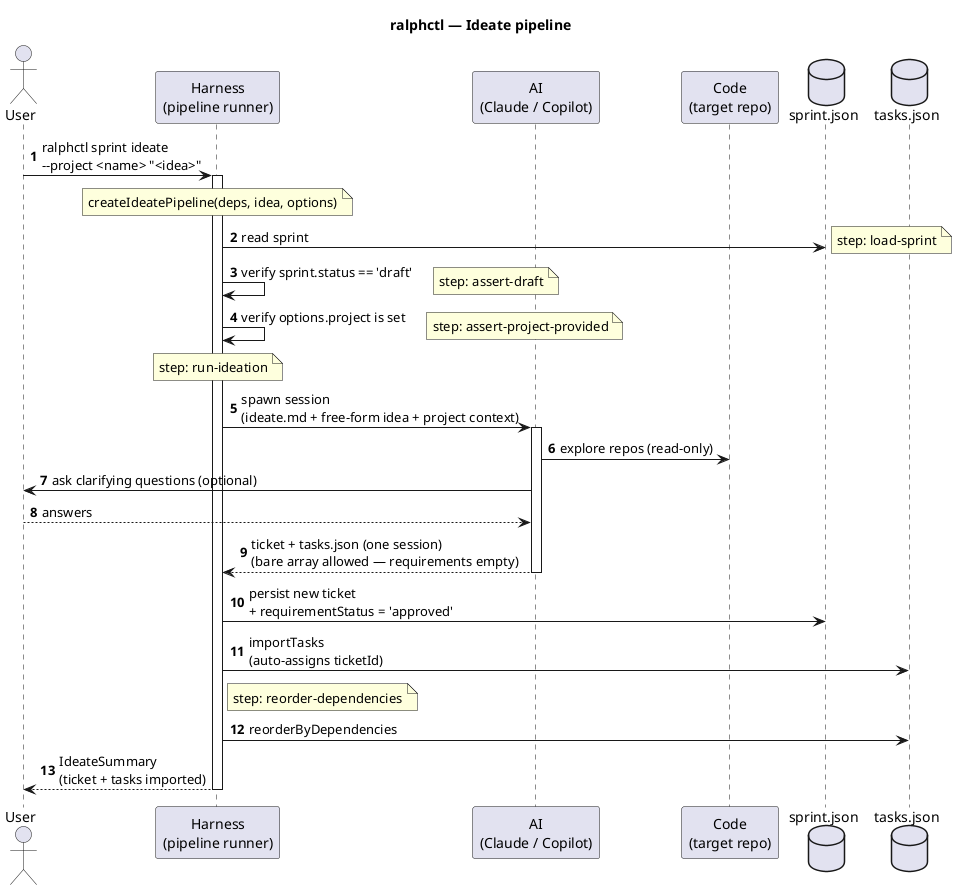
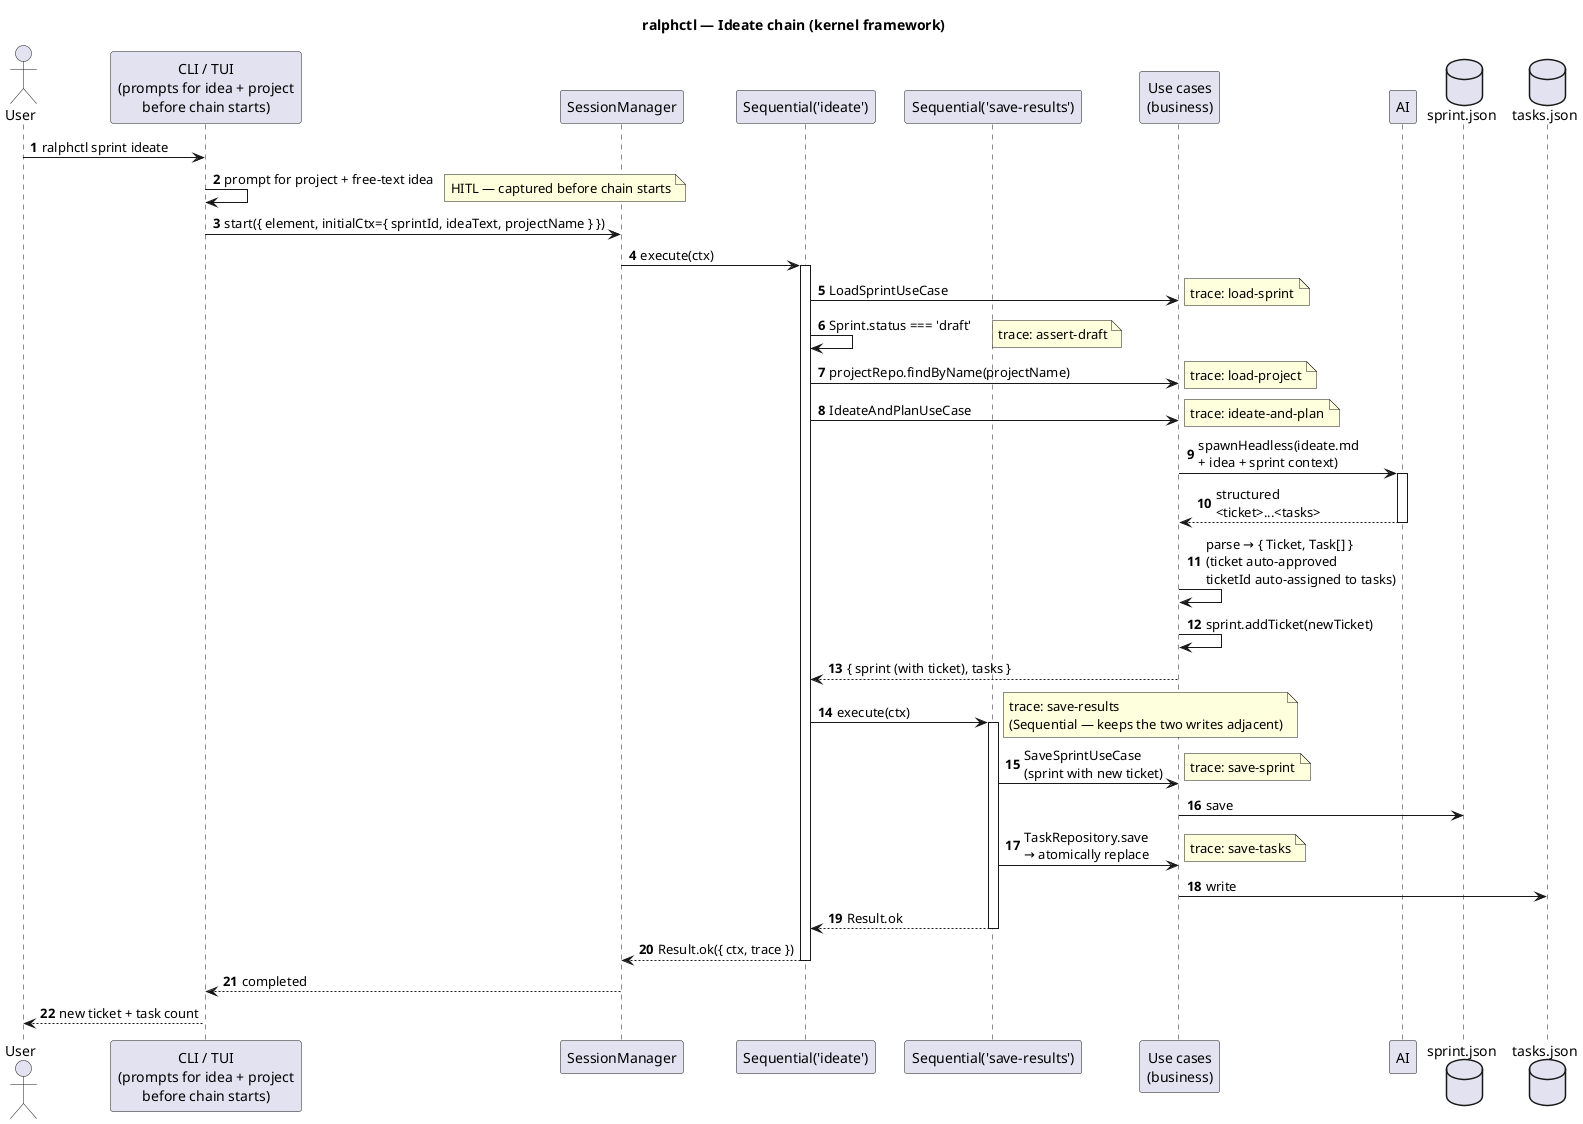
@startuml
- ' Ideate pipeline — ralphctl sprint ideate
- ' Definition: src/business/pipelines/ideate.ts
- ' Step shape: load-sprint → assert-draft → assert-project-provided → run-ideation → reorder-dependencies
- ' Combines refine + plan for quick ideation flow.
- title ralphctl — Ideate pipeline
+ ' Ideate chain — ralphctl sprint ideate
+ ' Factory: src/application/chains/ideate/ideate-flow.ts
+ ' Step trace: load-sprint → assert-draft → load-project → ideate-and-plan →
+ '             save-results (Sequential of save-sprint + save-tasks)
+ title ralphctl — Ideate chain (kernel framework)

autonumber

actor User
- participant Harness as "Harness\n(pipeline runner)"
- participant AI as "AI\n(Claude / Copilot)"
- participant Code as "Code\n(target repo)"
+ participant CLI as "CLI / TUI\n(prompts for idea + project\nbefore chain starts)"
+ participant SM as "SessionManager"
+ participant Chain as "Sequential('ideate')"
+ participant SaveResults as "Sequential('save-results')"
+ participant UC as "Use cases\n(business)"
+ participant AI as "AI"
database sprint.json
database tasks.json

- User -> Harness : ralphctl sprint ideate\n--project <name> "<idea>"
- activate Harness
+ User -> CLI : ralphctl sprint ideate
+ CLI -> CLI : prompt for project + free-text idea
+ note right: HITL — captured before chain starts
+ CLI -> SM : start({ element, initialCtx={ sprintId, ideaText, projectName } })

- note over Harness: createIdeatePipeline(deps, idea, options)
+ SM -> Chain : execute(ctx)
+ activate Chain

- Harness -> sprint.json : read sprint
- note right: step: load-sprint
+ Chain -> UC : LoadSprintUseCase
+ note right: trace: load-sprint

- Harness -> Harness : verify sprint.status == 'draft'
- note right: step: assert-draft
+ Chain -> Chain : Sprint.status === 'draft'
+ note right: trace: assert-draft

- Harness -> Harness : verify options.project is set
- note right: step: assert-project-provided
+ Chain -> UC : projectRepo.findByName(projectName)
+ note right: trace: load-project

- note over Harness: step: run-ideation
- Harness -> AI : spawn session\n(ideate.md + free-form idea + project context)
+ Chain -> UC : IdeateAndPlanUseCase
+ note right: trace: ideate-and-plan
+ UC -> AI : spawnHeadless(ideate.md\n+ idea + sprint context)
activate AI
- AI -> Code : explore repos (read-only)
- AI -> User : ask clarifying questions (optional)
- User --> AI : answers
- AI --> Harness : ticket + tasks.json (one session)\n(bare array allowed — requirements empty)
+ AI --> UC : structured\n<ticket>...<tasks>
deactivate AI
+ UC -> UC : parse → { Ticket, Task[] }\n(ticket auto-approved\nticketId auto-assigned to tasks)
+ UC -> UC : sprint.addTicket(newTicket)
+ UC --> Chain : { sprint (with ticket), tasks }

- Harness -> sprint.json : persist new ticket\n+ requirementStatus = 'approved'
- Harness -> tasks.json : importTasks\n(auto-assigns ticketId)
+ Chain -> SaveResults : execute(ctx)
+ activate SaveResults
+ note right: trace: save-results\n(Sequential — keeps the two writes adjacent)

- note right of Harness: step: reorder-dependencies
- Harness -> tasks.json : reorderByDependencies
+ SaveResults -> UC : SaveSprintUseCase\n(sprint with new ticket)
+ note right: trace: save-sprint
+ UC -> sprint.json : save

- Harness --> User : IdeateSummary\n(ticket + tasks imported)
- deactivate Harness
+ SaveResults -> UC : TaskRepository.save\n→ atomically replace
+ note right: trace: save-tasks
+ UC -> tasks.json : write
+ 
+ SaveResults --> Chain : Result.ok
+ deactivate SaveResults
+ 
+ Chain --> SM : Result.ok({ ctx, trace })
+ deactivate Chain
+ SM --> CLI : completed
+ CLI --> User : new ticket + task count

@enduml
